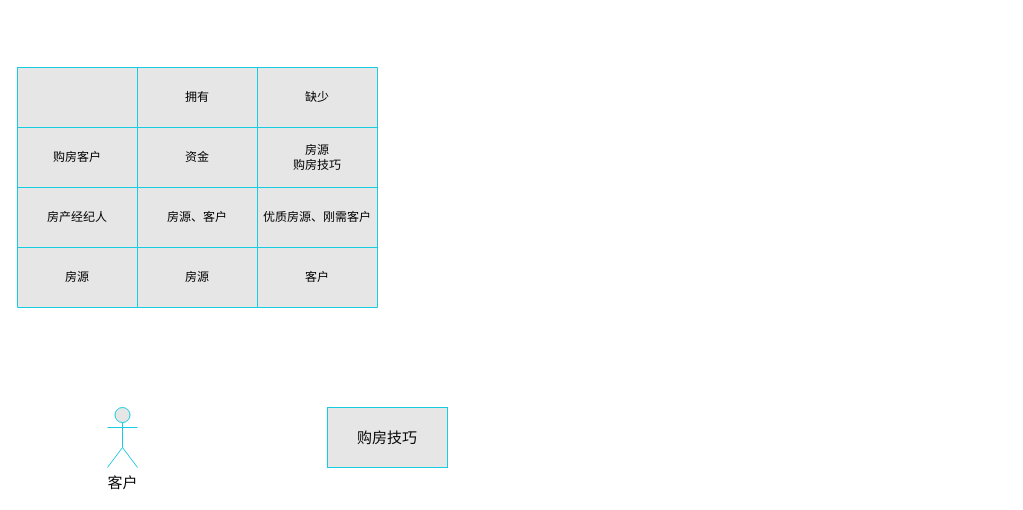
This is OK房.drawio from javakenny/Drawio, a draw.io file, before an edit. Source tidied: cells renumbered, new cells numbered last; positions are measured from the earlier drawing's top-left corner, leaving out a move shared by most shapes. Both pictures are drawn from the tidied source at 100%, with x=0, y=0 at pixel (17, 67).
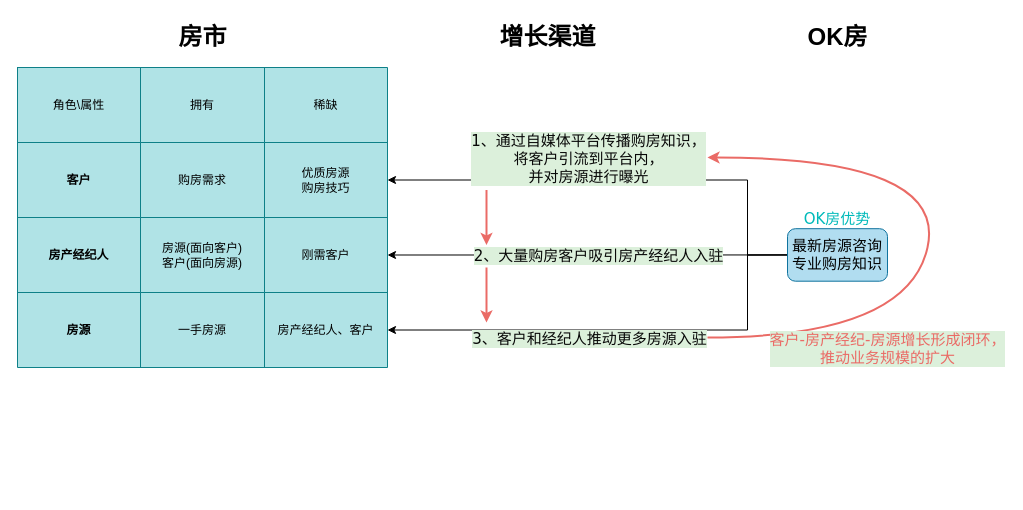
Above is the later version.

Diff of the diagram source:
```diff
@@
-    <mxCell id="2" style="shape=table;html=1;whiteSpace=wrap;startSize=0;childLayout=tableLayout;labelBackgroundColor=none;strokeColor=#16CCE0;fillColor=#E6E6E6;fontFamily=Verdana;fontSize=15;fontColor=#080808;" parent="1" vertex="1">
-      <mxGeometry width="360" height="240" as="geometry" />
+    <mxCell id="2" style="shape=table;html=1;whiteSpace=wrap;startSize=0;childLayout=tableLayout;labelBackgroundColor=none;strokeColor=#0e8088;fillColor=#b0e3e6;fontFamily=Verdana;fontSize=15;fontStyle=1;" parent="1" vertex="1">
+      <mxGeometry width="370" height="300" as="geometry" />
     </mxCell>
     <mxCell id="3" style="shape=partialRectangle;html=1;whiteSpace=wrap;fillColor=none;top=0;left=0;bottom=0;right=0;" parent="2" vertex="1">
-      <mxGeometry width="360" height="60" as="geometry" />
+      <mxGeometry width="370" height="75" as="geometry" />
     </mxCell>
-    <mxCell id="4" style="shape=partialRectangle;html=1;whiteSpace=wrap;fillColor=none;top=0;left=0;bottom=0;right=0;overflow=hidden;" parent="3" vertex="1">
-      <mxGeometry width="120" height="60" as="geometry" />
+    <mxCell id="4" value="角色\属性" style="shape=partialRectangle;html=1;whiteSpace=wrap;fillColor=none;top=0;left=0;bottom=0;right=0;overflow=hidden;fontStyle=0;" parent="3" vertex="1">
+      <mxGeometry width="123" height="75" as="geometry" />
     </mxCell>
     <mxCell id="5" value="拥有" style="shape=partialRectangle;html=1;whiteSpace=wrap;fillColor=none;top=0;left=0;bottom=0;right=0;overflow=hidden;" parent="3" vertex="1">
-      <mxGeometry x="120" width="120" height="60" as="geometry" />
+      <mxGeometry x="123" width="124" height="75" as="geometry" />
     </mxCell>
-    <mxCell id="6" value="缺少" style="shape=partialRectangle;html=1;whiteSpace=wrap;fillColor=none;top=0;left=0;bottom=0;right=0;overflow=hidden;" parent="3" vertex="1">
-      <mxGeometry x="240" width="120" height="60" as="geometry" />
+    <mxCell id="6" value="稀缺" style="shape=partialRectangle;html=1;whiteSpace=wrap;fillColor=none;top=0;left=0;bottom=0;right=0;overflow=hidden;" parent="3" vertex="1">
+      <mxGeometry x="247" width="123" height="75" as="geometry" />
     </mxCell>
     <mxCell id="7" style="shape=partialRectangle;html=1;whiteSpace=wrap;fillColor=none;top=0;left=0;bottom=0;right=0;points=[[0,0.5],[1,0.5]];portConstraint=eastwest;" parent="2" vertex="1">
-      <mxGeometry y="60" width="360" height="60" as="geometry" />
+      <mxGeometry y="75" width="370" height="75" as="geometry" />
     </mxCell>
-    <mxCell id="8" value="购房客户" style="shape=partialRectangle;html=1;whiteSpace=wrap;fillColor=none;top=0;left=0;bottom=0;right=0;overflow=hidden;" parent="7" vertex="1">
-      <mxGeometry width="120" height="60" as="geometry" />
+    <mxCell id="8" value="客户" style="shape=partialRectangle;html=1;whiteSpace=wrap;fillColor=none;top=0;left=0;bottom=0;right=0;overflow=hidden;fontStyle=1;" parent="7" vertex="1">
+      <mxGeometry width="123" height="75" as="geometry" />
     </mxCell>
-    <mxCell id="9" value="资金" style="shape=partialRectangle;html=1;whiteSpace=wrap;fillColor=none;top=0;left=0;bottom=0;right=0;overflow=hidden;" parent="7" vertex="1">
-      <mxGeometry x="120" width="120" height="60" as="geometry" />
+    <mxCell id="9" value="购房需求" style="shape=partialRectangle;html=1;whiteSpace=wrap;fillColor=none;top=0;left=0;bottom=0;right=0;overflow=hidden;" parent="7" vertex="1">
+      <mxGeometry x="123" width="124" height="75" as="geometry" />
     </mxCell>
-    <mxCell id="10" value="房源&lt;br&gt;购房技巧" style="shape=partialRectangle;html=1;whiteSpace=wrap;fillColor=none;top=0;left=0;bottom=0;right=0;overflow=hidden;" parent="7" vertex="1">
-      <mxGeometry x="240" width="120" height="60" as="geometry" />
+    <mxCell id="10" value="优质房源&lt;br&gt;购房技巧" style="shape=partialRectangle;html=1;whiteSpace=wrap;fillColor=none;top=0;left=0;bottom=0;right=0;overflow=hidden;" parent="7" vertex="1">
+      <mxGeometry x="247" width="123" height="75" as="geometry" />
     </mxCell>
     <mxCell id="11" style="shape=partialRectangle;html=1;whiteSpace=wrap;fillColor=none;top=0;left=0;bottom=0;right=0;points=[[0,0.5],[1,0.5]];portConstraint=eastwest;" parent="2" vertex="1">
-      <mxGeometry y="120" width="360" height="60" as="geometry" />
+      <mxGeometry y="150" width="370" height="75" as="geometry" />
     </mxCell>
-    <mxCell id="12" value="房产经纪人" style="shape=partialRectangle;html=1;whiteSpace=wrap;fillColor=none;top=0;left=0;bottom=0;right=0;overflow=hidden;" parent="11" vertex="1">
-      <mxGeometry width="120" height="60" as="geometry" />
+    <mxCell id="12" value="房产经纪人" style="shape=partialRectangle;html=1;whiteSpace=wrap;fillColor=none;top=0;left=0;bottom=0;right=0;overflow=hidden;fontStyle=1;" parent="11" vertex="1">
+      <mxGeometry width="123" height="75" as="geometry" />
     </mxCell>
-    <mxCell id="13" value="房源、客户" style="shape=partialRectangle;html=1;whiteSpace=wrap;fillColor=none;top=0;left=0;bottom=0;right=0;overflow=hidden;" parent="11" vertex="1">
-      <mxGeometry x="120" width="120" height="60" as="geometry" />
+    <mxCell id="13" value="房源(面向客户)&lt;br&gt;客户(面向房源)" style="shape=partialRectangle;html=1;whiteSpace=wrap;fillColor=none;top=0;left=0;bottom=0;right=0;overflow=hidden;" parent="11" vertex="1">
+      <mxGeometry x="123" width="124" height="75" as="geometry" />
     </mxCell>
-    <mxCell id="14" value="优质房源、刚需客户" style="shape=partialRectangle;html=1;whiteSpace=wrap;fillColor=none;top=0;left=0;bottom=0;right=0;overflow=hidden;" parent="11" vertex="1">
-      <mxGeometry x="240" width="120" height="60" as="geometry" />
+    <mxCell id="14" value="刚需客户" style="shape=partialRectangle;html=1;whiteSpace=wrap;fillColor=none;top=0;left=0;bottom=0;right=0;overflow=hidden;" parent="11" vertex="1">
+      <mxGeometry x="247" width="123" height="75" as="geometry" />
     </mxCell>
     <mxCell id="15" style="shape=partialRectangle;html=1;whiteSpace=wrap;fillColor=none;top=0;left=0;bottom=0;right=0;points=[[0,0.5],[1,0.5]];portConstraint=eastwest;" parent="2" vertex="1">
-      <mxGeometry y="180" width="360" height="60" as="geometry" />
+      <mxGeometry y="225" width="370" height="75" as="geometry" />
     </mxCell>
-    <mxCell id="16" value="房源" style="shape=partialRectangle;html=1;whiteSpace=wrap;fillColor=none;top=0;left=0;bottom=0;right=0;overflow=hidden;" parent="15" vertex="1">
-      <mxGeometry width="120" height="60" as="geometry" />
+    <mxCell id="16" value="房源" style="shape=partialRectangle;html=1;whiteSpace=wrap;fillColor=none;top=0;left=0;bottom=0;right=0;overflow=hidden;fontStyle=1;" parent="15" vertex="1">
+      <mxGeometry width="123" height="75" as="geometry" />
     </mxCell>
-    <mxCell id="17" value="房源" style="shape=partialRectangle;html=1;whiteSpace=wrap;fillColor=none;top=0;left=0;bottom=0;right=0;overflow=hidden;" parent="15" vertex="1">
-      <mxGeometry x="120" width="120" height="60" as="geometry" />
+    <mxCell id="17" value="一手房源" style="shape=partialRectangle;html=1;whiteSpace=wrap;fillColor=none;top=0;left=0;bottom=0;right=0;overflow=hidden;" parent="15" vertex="1">
+      <mxGeometry x="123" width="124" height="75" as="geometry" />
     </mxCell>
-    <mxCell id="18" value="客户" style="shape=partialRectangle;html=1;whiteSpace=wrap;fillColor=none;top=0;left=0;bottom=0;right=0;overflow=hidden;" parent="15" vertex="1">
-      <mxGeometry x="240" width="120" height="60" as="geometry" />
+    <mxCell id="18" value="房产经纪人、客户" style="shape=partialRectangle;html=1;whiteSpace=wrap;fillColor=none;top=0;left=0;bottom=0;right=0;overflow=hidden;" parent="15" vertex="1">
+      <mxGeometry x="247" width="123" height="75" as="geometry" />
     </mxCell>
-    <mxCell id="19" value="客户" style="shape=umlActor;verticalLabelPosition=bottom;verticalAlign=top;html=1;labelBackgroundColor=none;strokeColor=#16CCE0;fillColor=#E6E6E6;fontFamily=Verdana;fontSize=15;fontColor=#080808;" parent="1" vertex="1">
-      <mxGeometry x="90" y="340" width="30" height="60" as="geometry" />
-    </mxCell>
-    <mxCell id="20" value="购房技巧" style="rounded=0;whiteSpace=wrap;html=1;labelBackgroundColor=none;strokeColor=#16CCE0;fillColor=#E6E6E6;fontFamily=Verdana;fontSize=15;fontColor=#080808;" parent="1" vertex="1">
-      <mxGeometry x="310" y="340" width="120" height="60" as="geometry" />
-    </mxCell>
+    <mxCell id="21" style="edgeStyle=orthogonalEdgeStyle;rounded=0;jettySize=auto;html=1;entryX=1;entryY=0.5;entryDx=0;entryDy=0;fontFamily=Verdana;fontSize=15;fontColor=#080808;exitX=0;exitY=0.5;exitDx=0;exitDy=0;" parent="1" edge="1" source="27" target="11">
+      <mxGeometry relative="1" as="geometry" />
+    </mxCell>
+    <mxCell id="22" value="2、大量购房客户吸引房产经纪人入驻" style="edgeLabel;html=1;align=center;verticalAlign=middle;fontSize=15;fontFamily=Verdana;fontColor=#080808;labelBackgroundColor=#DCF0DB;" parent="21" vertex="1">
+      <mxGeometry x="0.3" y="2" relative="1" as="geometry">
+        <mxPoint x="70" y="-2" as="offset" />
+      </mxGeometry>
+    </mxCell>
+    <mxCell id="23" style="edgeStyle=orthogonalEdgeStyle;rounded=0;jettySize=auto;html=1;entryX=1;entryY=0.5;entryDx=0;entryDy=0;fontFamily=Verdana;fontSize=15;fontColor=#080808;exitX=0;exitY=0.5;exitDx=0;exitDy=0;" parent="1" edge="1" source="27" target="15">
+      <mxGeometry relative="1" as="geometry">
+        <Array as="points">
+          <mxPoint x="730" y="188" />
+          <mxPoint x="730" y="263" />
+        </Array>
+      </mxGeometry>
+    </mxCell>
+    <mxCell id="24" value="3、客户和经纪人推动更多房源入驻" style="edgeLabel;html=1;align=center;verticalAlign=middle;fontSize=15;fontFamily=Verdana;fontColor=#080808;labelBackgroundColor=#DCF0DB;" parent="23" vertex="1">
+      <mxGeometry x="0.58" relative="1" as="geometry">
+        <mxPoint x="101" y="7.5" as="offset" />
+      </mxGeometry>
+    </mxCell>
+    <mxCell id="25" style="edgeStyle=orthogonalEdgeStyle;rounded=0;jettySize=auto;html=1;exitX=0;exitY=0.5;exitDx=0;exitDy=0;entryX=1;entryY=0.5;entryDx=0;entryDy=0;fontFamily=Verdana;fontSize=15;fontColor=#00BABA;" parent="1" edge="1" source="27" target="7">
+      <mxGeometry relative="1" as="geometry">
+        <Array as="points">
+          <mxPoint x="730" y="188" />
+          <mxPoint x="730" y="113" />
+        </Array>
+      </mxGeometry>
+    </mxCell>
+    <mxCell id="26" value="&lt;span style=&quot;color: rgb(8, 8, 8);&quot;&gt;1、通过自媒体平台传播购房知识，&lt;/span&gt;&lt;br style=&quot;color: rgb(8 , 8 , 8)&quot;&gt;&lt;span style=&quot;color: rgb(8, 8, 8);&quot;&gt;将客户引流到平台内，&lt;/span&gt;&lt;br style=&quot;color: rgb(8 , 8 , 8)&quot;&gt;&lt;span style=&quot;color: rgb(8, 8, 8);&quot;&gt;并对房源进行曝光&lt;/span&gt;" style="edgeLabel;html=1;align=center;verticalAlign=middle;fontSize=15;fontFamily=Verdana;fontColor=#00BABA;labelBackgroundColor=#DCF0DB;" parent="25" vertex="1">
+      <mxGeometry x="0.58" y="3" relative="1" as="geometry">
+        <mxPoint x="100" y="-25.5" as="offset" />
+      </mxGeometry>
+    </mxCell>
+    <mxCell id="27" value="&lt;span style=&quot;&quot;&gt;最新房源咨询&lt;/span&gt;&lt;br style=&quot;&quot;&gt;&lt;span style=&quot;&quot;&gt;专业购房知识&lt;/span&gt;" style="rounded=1;whiteSpace=wrap;html=1;labelBackgroundColor=none;strokeColor=#10739e;fillColor=#b1ddf0;fontFamily=Verdana;fontSize=15;" parent="1" vertex="1">
+      <mxGeometry x="770" y="161.2" width="100" height="52.5" as="geometry" />
+    </mxCell>
+    <mxCell id="28" value="OK房优势" style="text;html=1;strokeColor=none;fillColor=none;align=center;verticalAlign=middle;whiteSpace=wrap;rounded=0;labelBackgroundColor=none;fontFamily=Verdana;fontSize=15;fontColor=#00BABA;" parent="1" vertex="1">
+      <mxGeometry x="780" y="141.2" width="80" height="20" as="geometry" />
+    </mxCell>
+    <mxCell id="29" value="房市" style="text;strokeColor=none;fillColor=none;html=1;fontSize=24;fontStyle=1;verticalAlign=middle;align=center;labelBackgroundColor=none;" parent="1" vertex="1">
+      <mxGeometry x="135" y="-50" width="100" height="40" as="geometry" />
+    </mxCell>
+    <mxCell id="30" value="增长渠道" style="text;strokeColor=none;fillColor=none;html=1;fontSize=24;fontStyle=1;verticalAlign=middle;align=center;labelBackgroundColor=none;" parent="1" vertex="1">
+      <mxGeometry x="480" y="-50" width="100" height="40" as="geometry" />
+    </mxCell>
+    <mxCell id="31" value="OK房" style="text;strokeColor=none;fillColor=none;html=1;fontSize=24;fontStyle=1;verticalAlign=middle;align=center;labelBackgroundColor=none;" parent="1" vertex="1">
+      <mxGeometry x="770" y="-50" width="100" height="40" as="geometry" />
+    </mxCell>
+    <mxCell id="32" style="endArrow=classic;html=1;fontFamily=Verdana;fontSize=15;fontColor=#00BABA;strokeWidth=2;strokeColor=#EA6B66;" parent="1" edge="1">
+      <mxGeometry relative="1" as="geometry">
+        <mxPoint x="469" y="122.5" as="sourcePoint" />
+        <mxPoint x="469" y="177.5" as="targetPoint" />
+      </mxGeometry>
+    </mxCell>
+    <mxCell id="33" style="endArrow=classic;html=1;fontFamily=Verdana;fontSize=15;fontColor=#00BABA;strokeWidth=2;strokeColor=#EA6B66;" parent="1" edge="1">
+      <mxGeometry relative="1" as="geometry">
+        <mxPoint x="469" y="200" as="sourcePoint" />
+        <mxPoint x="469" y="255" as="targetPoint" />
+      </mxGeometry>
+    </mxCell>
+    <mxCell id="34" style="curved=1;endArrow=classic;html=1;fontFamily=Verdana;fontSize=15;fontColor=#00BABA;strokeWidth=2;strokeColor=#EA6B66;" parent="1" edge="1">
+      <mxGeometry relative="1" as="geometry">
+        <mxPoint x="690" y="270" as="sourcePoint" />
+        <mxPoint x="690" y="90" as="targetPoint" />
+        <Array as="points">
+          <mxPoint x="890" y="270" />
+          <mxPoint x="930" y="90" />
+        </Array>
+      </mxGeometry>
+    </mxCell>
+    <mxCell id="35" value="客户-房产经纪-房源增长形成闭环，&lt;br&gt;推动业务规模的扩大" style="edgeLabel;html=1;align=center;verticalAlign=middle;fontSize=15;fontFamily=Verdana;labelBackgroundColor=#DCF0DB;fontColor=#EA6B66;" parent="34" vertex="1">
+      <mxGeometry x="-0.22" y="2" relative="1" as="geometry">
+        <mxPoint x="-27.6" y="53.4" as="offset" />
+      </mxGeometry>
+    </mxCell>
```
